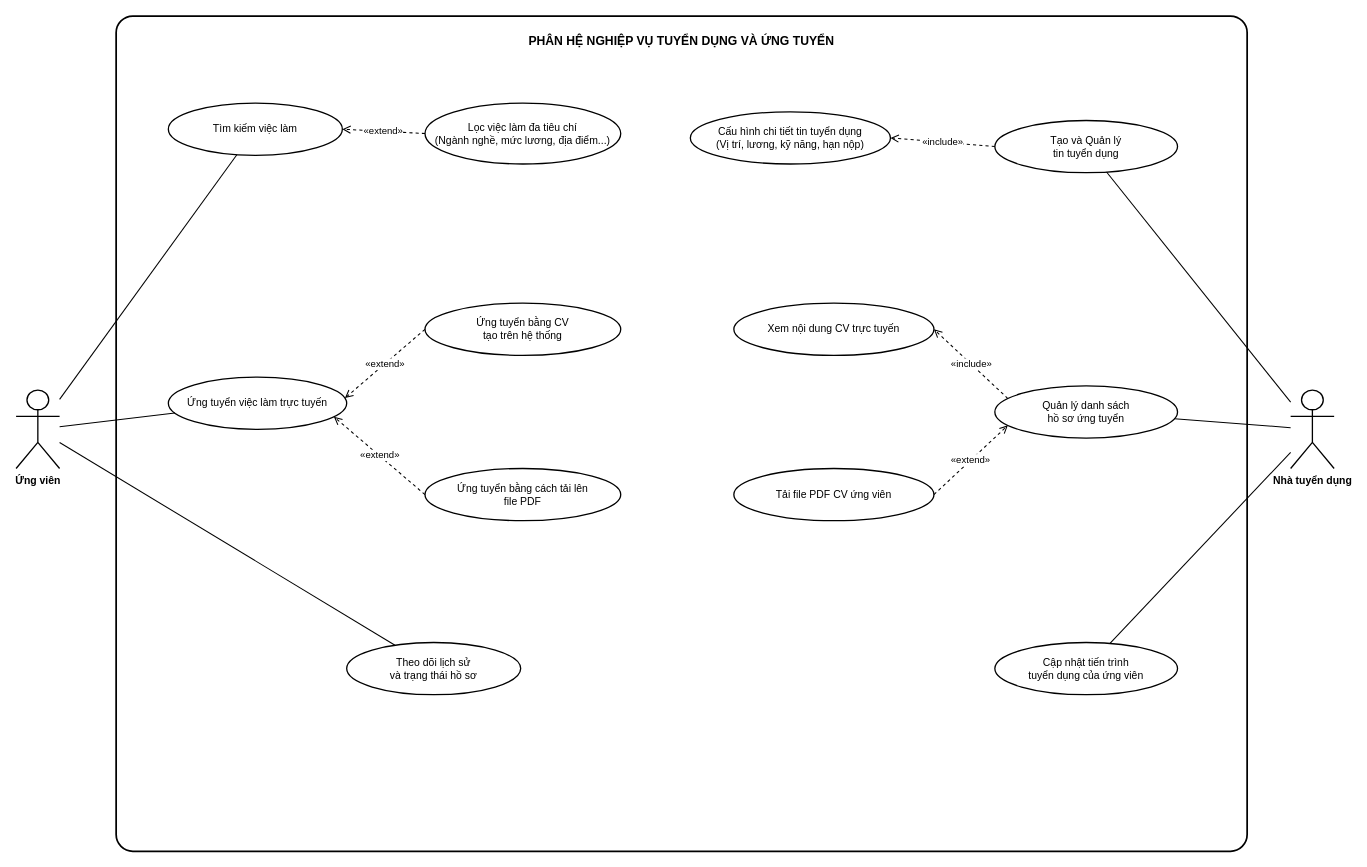
The draw.io diagram diagrams/usecase_recruitment.drawio in SE-Project-CTU/smart-recruitment-docs, before the edit. Source tidied: cells renumbered, new cells numbered last; positions are measured from the earlier drawing's top-left corner, leaving out a move shared by most shapes. Both pictures are drawn from the tidied source at 87%, with x=0, y=0 at pixel (16, 16).
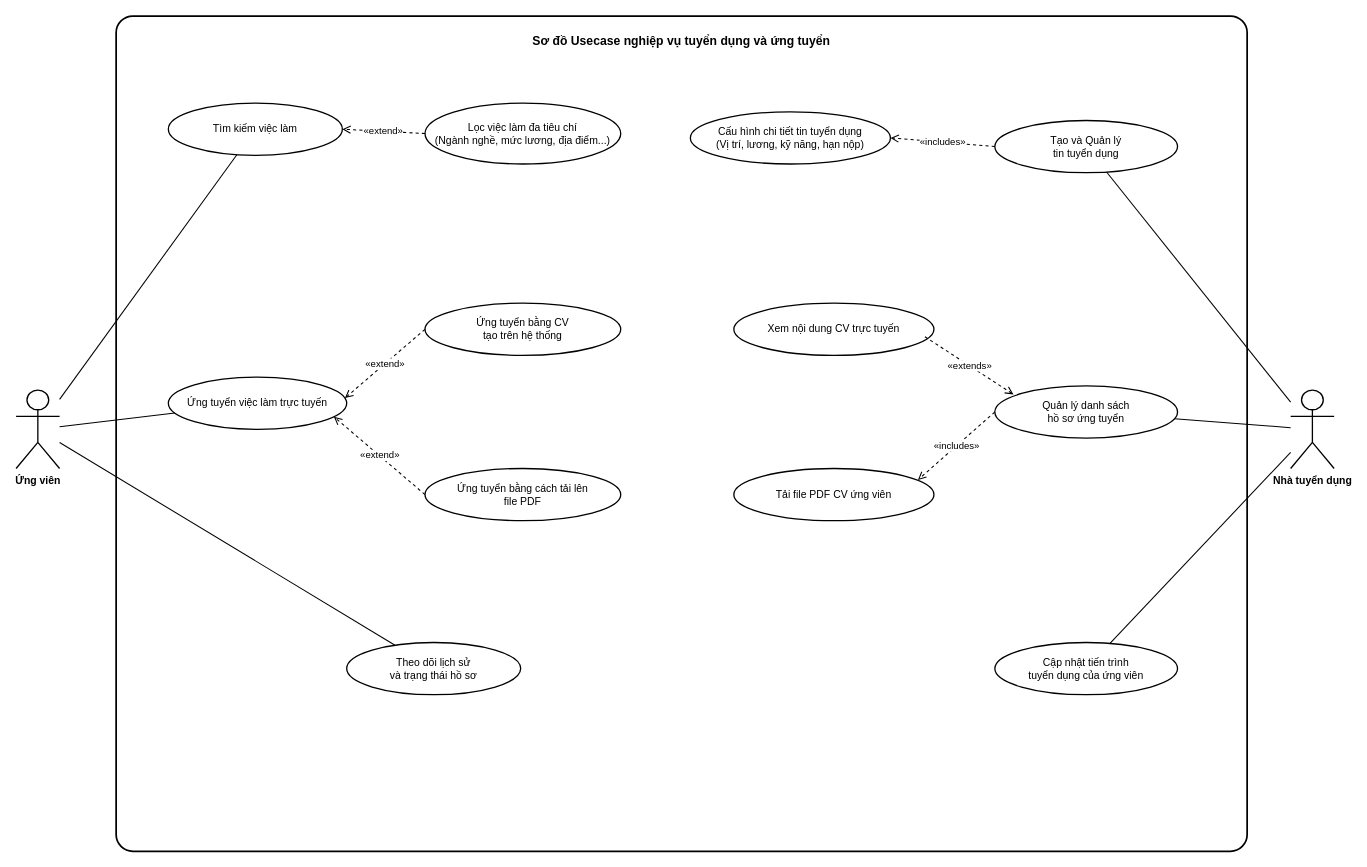
After the change.

The change refers to these unchanged cells:
```xml
<mxCell id="11" value="Tạo và Quản lý&lt;br&gt;tin tuyển dụng" style="ellipse;whiteSpace=wrap;html=1;strokeWidth=1.5;strokeColor=#000000;fillColor=#FFFFFF;fontColor=#000000;fontSize=12;align=center;verticalAlign=middle;" parent="1" vertex="1">
  <mxGeometry x="1125" y="120" width="210" height="60" as="geometry" />
</mxCell>
<mxCell id="12" value="Quản lý danh sách&#10;hồ sơ ứng tuyển" style="ellipse;whiteSpace=wrap;html=1;strokeWidth=1.5;strokeColor=#000000;fillColor=#FFFFFF;fontColor=#000000;fontSize=12;align=center;verticalAlign=middle;" parent="1" vertex="1">
  <mxGeometry x="1125" y="425" width="210" height="60" as="geometry" />
</mxCell>
<mxCell id="14" value="Cấu hình chi tiết tin tuyển dụng&#10;(Vị trí, lương, kỹ năng, hạn nộp)" style="ellipse;whiteSpace=wrap;html=1;strokeWidth=1.5;strokeColor=#000000;fillColor=#FFFFFF;fontColor=#000000;fontSize=12;align=center;verticalAlign=middle;" parent="1" vertex="1">
  <mxGeometry x="775" y="110" width="230" height="60" as="geometry" />
</mxCell>
<mxCell id="15" value="Xem nội dung CV trực tuyến" style="ellipse;whiteSpace=wrap;html=1;strokeWidth=1.5;strokeColor=#000000;fillColor=#FFFFFF;fontColor=#000000;fontSize=12;align=center;verticalAlign=middle;" parent="1" vertex="1">
  <mxGeometry x="825" y="330" width="230" height="60" as="geometry" />
</mxCell>
<mxCell id="16" value="Tải file PDF CV ứng viên" style="ellipse;whiteSpace=wrap;html=1;strokeWidth=1.5;strokeColor=#000000;fillColor=#FFFFFF;fontColor=#000000;fontSize=12;align=center;verticalAlign=middle;" parent="1" vertex="1">
  <mxGeometry x="825" y="520" width="230" height="60" as="geometry" />
</mxCell>
```

The edit, as a diff of the source:
```diff
@@
-    <mxCell id="2" value="PHÂN HỆ NGHIỆP VỤ TUYỂN DỤNG VÀ ỨNG TUYỂN" style="rounded=1;arcSize=2;whiteSpace=wrap;html=1;strokeWidth=2;strokeColor=#000000;fillColor=#FFFFFF;fontColor=#000000;fontStyle=1;fontSize=14;verticalAlign=top;spacingTop=14;glass=0;" parent="1" vertex="1">
+    <mxCell id="2" value="Sơ đồ Usecase nghiệp vụ tuyển dụng và ứng tuyển" style="rounded=1;arcSize=2;whiteSpace=wrap;html=1;strokeWidth=2;strokeColor=#000000;fillColor=#FFFFFF;fontColor=#000000;fontStyle=1;fontSize=14;verticalAlign=top;spacingTop=14;glass=0;" parent="1" vertex="1">
       <mxGeometry x="115" width="1300" height="960" as="geometry" />
     </mxCell>
@@
-    <mxCell id="26" value="«include»" style="dashed=1;endArrow=open;endFill=0;endSize=7;html=1;strokeWidth=1.2;strokeColor=#000000;fontColor=#000000;fontSize=11;labelBackgroundColor=#FFFFFF;exitX=0;exitY=0.5;exitDx=0;exitDy=0;entryX=1;entryY=0.5;entryDx=0;entryDy=0;" parent="1" edge="1" source="11" target="14">
+    <mxCell id="26" value="«includes»" style="dashed=1;endArrow=open;endFill=0;endSize=7;html=1;strokeWidth=1.2;strokeColor=#000000;fontColor=#000000;fontSize=11;labelBackgroundColor=#FFFFFF;exitX=0;exitY=0.5;exitDx=0;exitDy=0;entryX=1;entryY=0.5;entryDx=0;entryDy=0;" parent="1" edge="1" source="11" target="14">
       <mxGeometry relative="1" as="geometry" />
     </mxCell>
-    <mxCell id="27" value="«include»" style="dashed=1;endArrow=open;endFill=0;endSize=7;html=1;strokeWidth=1.2;strokeColor=#000000;fontColor=#000000;fontSize=11;labelBackgroundColor=#FFFFFF;exitX=0;exitY=0.2;exitDx=0;exitDy=0;entryX=1;entryY=0.5;entryDx=0;entryDy=0;" parent="1" edge="1" source="12" target="15">
+    <mxCell id="27" value="«extends»" style="dashed=1;endArrow=open;endFill=0;endSize=7;html=1;strokeWidth=1.2;strokeColor=#000000;fontColor=#000000;fontSize=11;labelBackgroundColor=#FFFFFF;exitX=0.955;exitY=0.643;exitDx=0;exitDy=0;exitPerimeter=0;entryX=0.102;entryY=0.164;entryDx=0;entryDy=0;entryPerimeter=0;" parent="1" edge="1" source="15" target="12">
       <mxGeometry relative="1" as="geometry" />
     </mxCell>
-    <mxCell id="28" value="«extend»" style="dashed=1;endArrow=open;endFill=0;endSize=7;html=1;strokeWidth=1.2;strokeColor=#000000;fontColor=#000000;fontSize=11;labelBackgroundColor=#FFFFFF;exitX=1;exitY=0.5;exitDx=0;exitDy=0;entryX=0;entryY=0.8;entryDx=0;entryDy=0;" parent="1" edge="1" source="16" target="12">
+    <mxCell id="28" value="«includes»" style="dashed=1;endArrow=open;endFill=0;endSize=7;html=1;strokeWidth=1.2;strokeColor=#000000;fontColor=#000000;fontSize=11;labelBackgroundColor=#FFFFFF;exitX=0;exitY=0.5;exitDx=0;exitDy=0;entryX=0.92;entryY=0.219;entryDx=0;entryDy=0;entryPerimeter=0;" parent="1" edge="1" source="12" target="16">
       <mxGeometry relative="1" as="geometry" />
     </mxCell>
```
